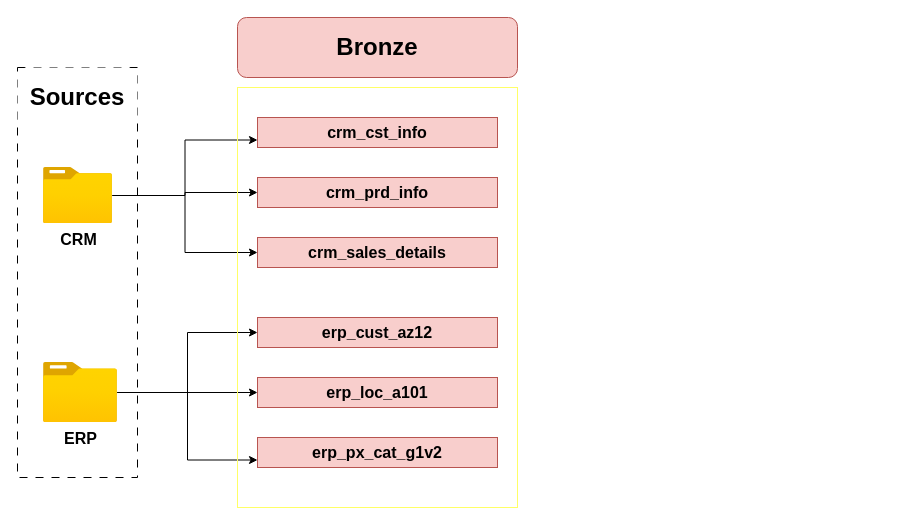
Earlier version of the draw.io diagram Docs/Dataflow architecture.drawio (Rajshah296/SQL-Data-Warehouse-Project-Tutorial-By-Baraa). Source tidied: cells renumbered, new cells numbered last; positions are measured from the earlier drawing's top-left corner, leaving out a move shared by most shapes. Both pictures are drawn from the tidied source at 100%, with x=0, y=0 at pixel (17, 17).
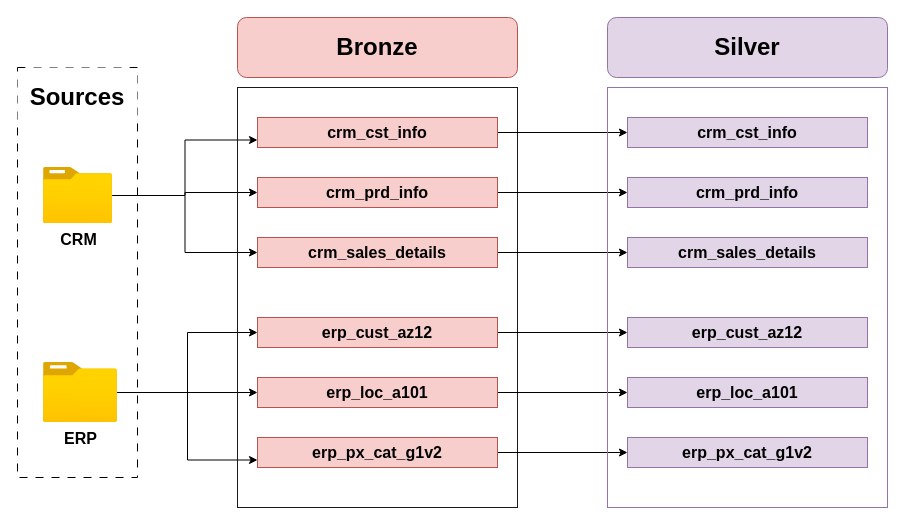
The same diagram, later.

Commit message (it also covers changes not shown here):
Scripts - created the proc to load data in silver layer, tests - created the quality checks for cleaning the bronze data before loading into silver layer

Unchanged cells that the change refers to:
```xml
<mxCell id="14" value="&lt;b&gt;&lt;font style=&quot;font-size: 16px;&quot;&gt;crm_cst_info&lt;/font&gt;&lt;/b&gt;" style="rounded=0;whiteSpace=wrap;html=1;fillColor=#f8cecc;strokeColor=#b85450;" parent="1" vertex="1">
  <mxGeometry x="240" y="100" width="240" height="30" as="geometry" />
</mxCell>
<mxCell id="15" value="&lt;b&gt;&lt;font style=&quot;font-size: 16px;&quot;&gt;crm_prd_info&lt;/font&gt;&lt;/b&gt;" style="rounded=0;whiteSpace=wrap;html=1;fillColor=#f8cecc;strokeColor=#b85450;" parent="1" vertex="1">
  <mxGeometry x="240" y="160" width="240" height="30" as="geometry" />
</mxCell>
<mxCell id="16" value="&lt;b&gt;&lt;font style=&quot;font-size: 16px;&quot;&gt;crm_sales_details&lt;/font&gt;&lt;/b&gt;" style="rounded=0;whiteSpace=wrap;html=1;fillColor=#f8cecc;strokeColor=#b85450;" parent="1" vertex="1">
  <mxGeometry x="240" y="220" width="240" height="30" as="geometry" />
</mxCell>
<mxCell id="17" value="&lt;b&gt;&lt;font style=&quot;font-size: 16px;&quot;&gt;erp_cust_az12&lt;/font&gt;&lt;/b&gt;" style="rounded=0;whiteSpace=wrap;html=1;fillColor=#f8cecc;strokeColor=#b85450;" parent="1" vertex="1">
  <mxGeometry x="240" y="300" width="240" height="30" as="geometry" />
</mxCell>
<mxCell id="18" value="&lt;b&gt;&lt;font style=&quot;font-size: 16px;&quot;&gt;erp_loc_a101&lt;/font&gt;&lt;/b&gt;" style="rounded=0;whiteSpace=wrap;html=1;fillColor=#f8cecc;strokeColor=#b85450;" parent="1" vertex="1">
  <mxGeometry x="240" y="360" width="240" height="30" as="geometry" />
</mxCell>
<mxCell id="19" value="&lt;b&gt;&lt;font style=&quot;font-size: 16px;&quot;&gt;erp_px_cat_g1v2&lt;/font&gt;&lt;/b&gt;" style="rounded=0;whiteSpace=wrap;html=1;fillColor=#f8cecc;strokeColor=#b85450;" parent="1" vertex="1">
  <mxGeometry x="240" y="420" width="240" height="30" as="geometry" />
</mxCell>
```

The edit, as a diff of the source:
```diff
@@
-    <mxCell id="12" style="rounded=0;whiteSpace=wrap;html=1;strokeColor=#FFFF66;fillColor=none;" parent="1" vertex="1">
+    <mxCell id="12" style="rounded=0;whiteSpace=wrap;html=1;strokeColor=#1A1A1A;fillColor=none;" parent="1" vertex="1">
       <mxGeometry x="220" y="70" width="280" height="420" as="geometry" />
     </mxCell>
@@
+    <mxCell id="20" style="edgeStyle=orthogonalEdgeStyle;rounded=0;jettySize=auto;html=1;entryX=0;entryY=0.5;entryDx=0;entryDy=0;" parent="1" edge="1" source="14" target="28">
+      <mxGeometry relative="1" as="geometry" />
+    </mxCell>
@@
+    <mxCell id="21" style="edgeStyle=orthogonalEdgeStyle;rounded=0;jettySize=auto;html=1;" parent="1" edge="1" source="15" target="29">
+      <mxGeometry relative="1" as="geometry" />
+    </mxCell>
@@
+    <mxCell id="22" style="edgeStyle=orthogonalEdgeStyle;rounded=0;jettySize=auto;html=1;" parent="1" edge="1" source="16" target="30">
+      <mxGeometry relative="1" as="geometry" />
+    </mxCell>
@@
+    <mxCell id="23" style="edgeStyle=orthogonalEdgeStyle;rounded=0;jettySize=auto;html=1;" parent="1" edge="1" source="17" target="31">
+      <mxGeometry relative="1" as="geometry" />
+    </mxCell>
@@
+    <mxCell id="24" style="edgeStyle=orthogonalEdgeStyle;rounded=0;jettySize=auto;html=1;" parent="1" edge="1" source="18" target="32">
+      <mxGeometry relative="1" as="geometry" />
+    </mxCell>
@@
+    <mxCell id="25" style="edgeStyle=orthogonalEdgeStyle;rounded=0;jettySize=auto;html=1;" parent="1" edge="1" source="19" target="33">
+      <mxGeometry relative="1" as="geometry" />
+    </mxCell>
@@
+    <mxCell id="26" style="rounded=0;whiteSpace=wrap;html=1;strokeColor=#9673a6;fillColor=none;" parent="1" vertex="1">
+      <mxGeometry x="590" y="70" width="280" height="420" as="geometry" />
+    </mxCell>
+    <mxCell id="27" value="&lt;b&gt;&lt;font style=&quot;font-size: 24px;&quot;&gt;Silver&lt;/font&gt;&lt;/b&gt;" style="rounded=1;whiteSpace=wrap;html=1;fillColor=#e1d5e7;strokeColor=#9673a6;" parent="1" vertex="1">
+      <mxGeometry x="590" width="280" height="60" as="geometry" />
+    </mxCell>
+    <mxCell id="28" value="&lt;b&gt;&lt;font style=&quot;font-size: 16px;&quot;&gt;crm_cst_info&lt;/font&gt;&lt;/b&gt;" style="rounded=0;whiteSpace=wrap;html=1;fillColor=#e1d5e7;strokeColor=#9673a6;" parent="1" vertex="1">
+      <mxGeometry x="610" y="100" width="240" height="30" as="geometry" />
+    </mxCell>
+    <mxCell id="29" value="&lt;b&gt;&lt;font style=&quot;font-size: 16px;&quot;&gt;crm_prd_info&lt;/font&gt;&lt;/b&gt;" style="rounded=0;whiteSpace=wrap;html=1;fillColor=#e1d5e7;strokeColor=#9673a6;" parent="1" vertex="1">
+      <mxGeometry x="610" y="160" width="240" height="30" as="geometry" />
+    </mxCell>
+    <mxCell id="30" value="&lt;b&gt;&lt;font style=&quot;font-size: 16px;&quot;&gt;crm_sales_details&lt;/font&gt;&lt;/b&gt;" style="rounded=0;whiteSpace=wrap;html=1;fillColor=#e1d5e7;strokeColor=#9673a6;" parent="1" vertex="1">
+      <mxGeometry x="610" y="220" width="240" height="30" as="geometry" />
+    </mxCell>
+    <mxCell id="31" value="&lt;b&gt;&lt;font style=&quot;font-size: 16px;&quot;&gt;erp_cust_az12&lt;/font&gt;&lt;/b&gt;" style="rounded=0;whiteSpace=wrap;html=1;fillColor=#e1d5e7;strokeColor=#9673a6;" parent="1" vertex="1">
+      <mxGeometry x="610" y="300" width="240" height="30" as="geometry" />
+    </mxCell>
+    <mxCell id="32" value="&lt;b&gt;&lt;font style=&quot;font-size: 16px;&quot;&gt;erp_loc_a101&lt;/font&gt;&lt;/b&gt;" style="rounded=0;whiteSpace=wrap;html=1;fillColor=#e1d5e7;strokeColor=#9673a6;" parent="1" vertex="1">
+      <mxGeometry x="610" y="360" width="240" height="30" as="geometry" />
+    </mxCell>
+    <mxCell id="33" value="&lt;b&gt;&lt;font style=&quot;font-size: 16px;&quot;&gt;erp_px_cat_g1v2&lt;/font&gt;&lt;/b&gt;" style="rounded=0;whiteSpace=wrap;html=1;fillColor=#e1d5e7;strokeColor=#9673a6;" parent="1" vertex="1">
+      <mxGeometry x="610" y="420" width="240" height="30" as="geometry" />
+    </mxCell>
```
